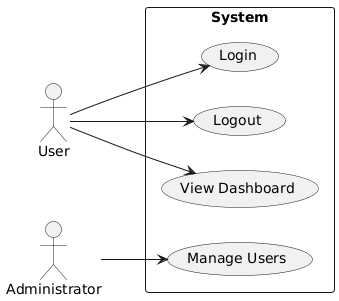
Above: use-case.png in softwareDesign24/collaborateUML-ucd (PlantUML), before the change.
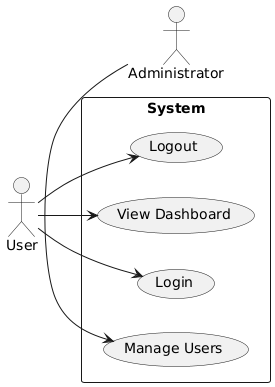
After the change.

Commit message:
Automated UML diagram generation

Change to the diagram source:
```diff
@@ -15,6 +15,6 @@
 usr --> UC1
 usr --> UC2
 usr --> UC3
-admin --> UC4
+admin -left-> UC4
 
 @enduml
```
